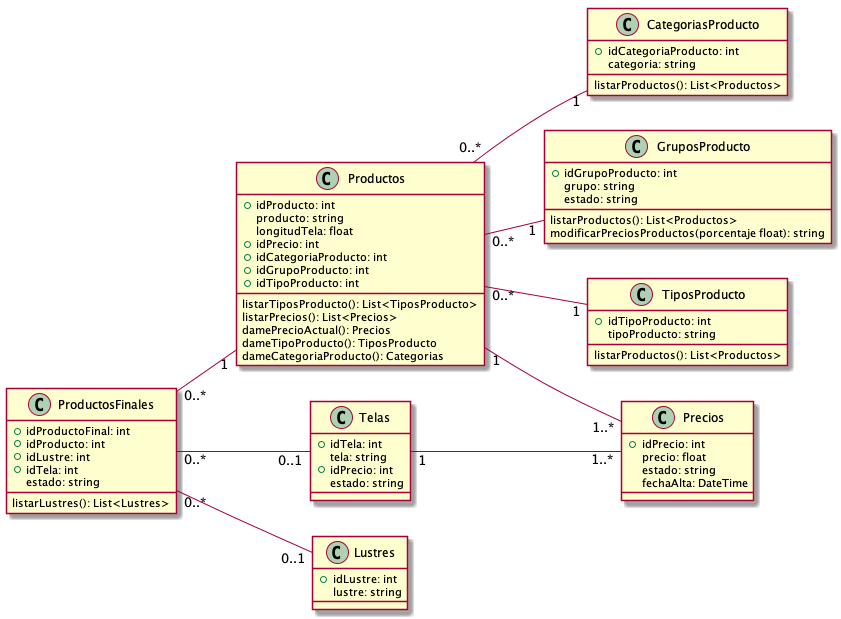
Above: Informe Final/Imagenes/DiagramaClases/Vistas/vistaProductos.png in ZMGestion/DocumentacionZMGestion (PlantUML), before the change.
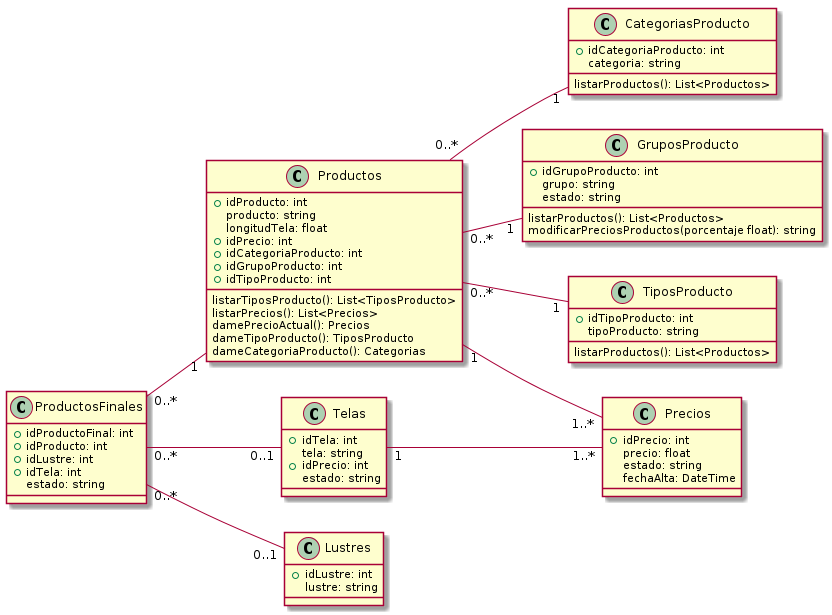
Later version of the same file.

Change to the diagram source:
```diff
@@ -51,7 +51,7 @@
     +idTela: int
     estado: string
 
-    listarLustres(): List<Lustres>
+
 }
 class TiposProducto{
     +idTipoProducto: int
```
